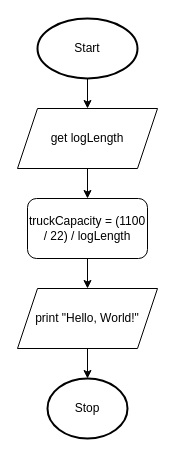
This is drawio/flowchart.drawio from Aidan-Lalonde-Novales/ics4u-unit-1-01-typescript, a draw.io file, before an edit. Source tidied: cells renumbered, new cells numbered last; positions are measured from the earlier drawing's top-left corner, leaving out a move shared by most shapes. Both pictures are drawn from the tidied source at 100%, with x=0, y=0 at pixel (17, 18).
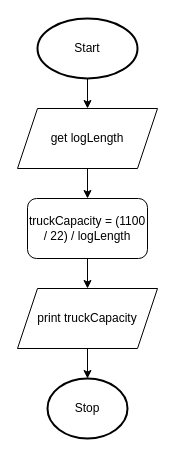
The same diagram, later.

The edit, as a diff of the source:
```diff
@@
 <mxGraphModel>
   <root>
     <mxCell id="0" />
     <mxCell id="1" parent="0" />
     <mxCell id="2" style="edgeStyle=none;html=1;exitX=0.5;exitY=1;exitDx=0;exitDy=0;exitPerimeter=0;entryX=0.5;entryY=0;entryDx=0;entryDy=0;" parent="1" edge="1" source="3" target="8">
       <mxGeometry relative="1" as="geometry" />
     </mxCell>
     <mxCell id="3" value="Start" style="strokeWidth=2;html=1;shape=mxgraph.flowchart.start_1;whiteSpace=wrap;" parent="1" vertex="1">
       <mxGeometry x="20" width="100" height="60" as="geometry" />
     </mxCell>
     <mxCell id="4" value="Stop" style="strokeWidth=2;html=1;shape=mxgraph.flowchart.start_1;whiteSpace=wrap;" parent="1" vertex="1">
       <mxGeometry x="30" y="360" width="80" height="60" as="geometry" />
     </mxCell>
     <mxCell id="5" style="edgeStyle=none;rounded=0;html=1;exitX=0.5;exitY=1;exitDx=0;exitDy=0;entryX=0.5;entryY=0;entryDx=0;entryDy=0;entryPerimeter=0;" parent="1" edge="1" source="6" target="4">
       <mxGeometry relative="1" as="geometry" />
     </mxCell>
-    <mxCell id="6" value="print &quot;Hello, World!&quot;" style="shape=parallelogram;perimeter=parallelogramPerimeter;whiteSpace=wrap;html=1;fixedSize=1;" parent="1" vertex="1">
+    <mxCell id="6" value="print truckCapacity" style="shape=parallelogram;perimeter=parallelogramPerimeter;whiteSpace=wrap;html=1;fixedSize=1;" parent="1" vertex="1">
       <mxGeometry y="270" width="140" height="60" as="geometry" />
     </mxCell>
     <mxCell id="7" style="edgeStyle=none;html=1;exitX=0.5;exitY=1;exitDx=0;exitDy=0;entryX=0.5;entryY=0;entryDx=0;entryDy=0;" parent="1" edge="1" source="8" target="10">
       <mxGeometry relative="1" as="geometry" />
     </mxCell>
     <mxCell id="8" value="get logLength" style="shape=parallelogram;perimeter=parallelogramPerimeter;whiteSpace=wrap;html=1;fixedSize=1;" parent="1" vertex="1">
       <mxGeometry y="90" width="140" height="60" as="geometry" />
     </mxCell>
     <mxCell id="9" style="edgeStyle=none;html=1;exitX=0.5;exitY=1;exitDx=0;exitDy=0;entryX=0.5;entryY=0;entryDx=0;entryDy=0;" parent="1" edge="1" source="10" target="6">
       <mxGeometry relative="1" as="geometry" />
     </mxCell>
     <mxCell id="10" value="&lt;span&gt;truckCapacity = (1100 / 22) / logLength&lt;/span&gt;" style="rounded=1;whiteSpace=wrap;html=1;" parent="1" vertex="1">
       <mxGeometry x="10" y="180" width="120" height="60" as="geometry" />
     </mxCell>
   </root>
 </mxGraphModel>
```
